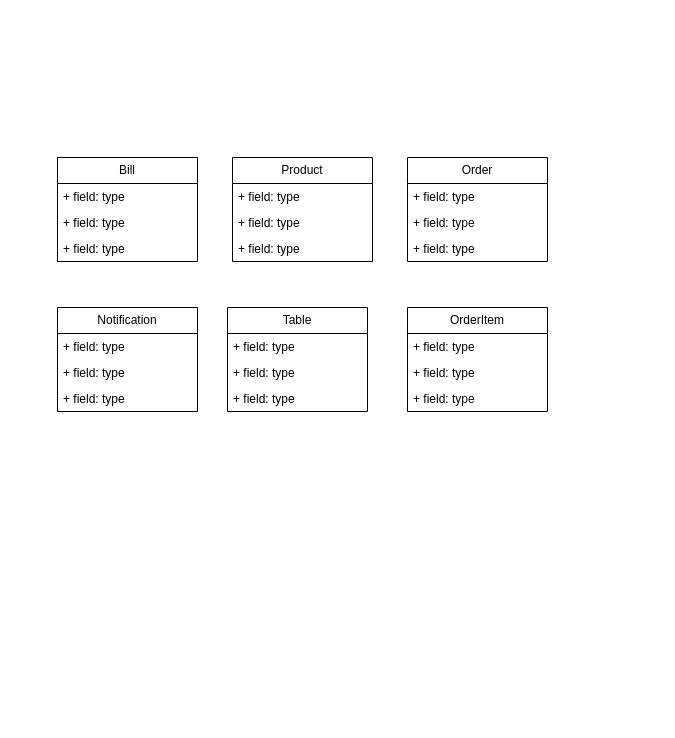
Earlier version of the draw.io diagram page "ModeloDominio" (1 of 2) of docs/modeloDominio.drawio (Void-CA/restaurant). Source tidied: cells renumbered, new cells numbered last; positions are measured from the earlier drawing's top-left corner, leaving out a move shared by most shapes. Both pictures are drawn from the tidied source at 100%, with x=0, y=0 at pixel (57, 157).
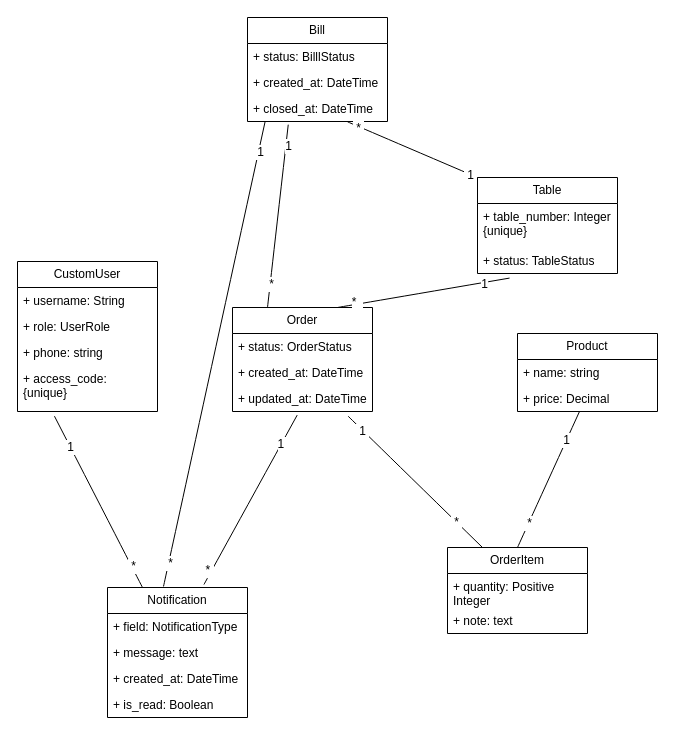
The same diagram, later.

Change to the diagram source:
```diff
@@
     <mxCell id="2" value="Table" style="swimlane;fontStyle=0;horizontal=1;startSize=26;fillColor=none;whiteSpace=wrap;html=1;" parent="1" vertex="1">
-      <mxGeometry x="170" y="150" width="140" height="104" as="geometry" />
+      <mxGeometry x="420" y="20" width="140" height="96" as="geometry" />
     </mxCell>
-    <mxCell id="3" value="+ field: type" style="text;strokeColor=none;fillColor=none;align=left;verticalAlign=top;spacingLeft=4;spacingRight=4;overflow=hidden;whiteSpace=wrap;html=1;" parent="2" vertex="1">
-      <mxGeometry y="26" width="140" height="26" as="geometry" />
+    <mxCell id="3" value="+ table_number: Integer {unique}" style="text;strokeColor=none;fillColor=none;align=left;verticalAlign=top;spacingLeft=4;spacingRight=4;overflow=hidden;whiteSpace=wrap;html=1;" parent="2" vertex="1">
+      <mxGeometry y="26" width="140" height="44" as="geometry" />
     </mxCell>
-    <mxCell id="4" value="+ field: type" style="text;strokeColor=none;fillColor=none;align=left;verticalAlign=top;spacingLeft=4;spacingRight=4;overflow=hidden;points=[[0,0.5],[1,0.5]];portConstraint=eastwest;whiteSpace=wrap;html=1;" parent="2" vertex="1">
-      <mxGeometry y="52" width="140" height="26" as="geometry" />
+    <mxCell id="4" value="+ status: TableStatus" style="text;strokeColor=none;fillColor=none;align=left;verticalAlign=top;spacingLeft=4;spacingRight=4;overflow=hidden;points=[[0,0.5],[1,0.5]];portConstraint=eastwest;whiteSpace=wrap;html=1;" parent="2" vertex="1">
+      <mxGeometry y="70" width="140" height="26" as="geometry" />
     </mxCell>
-    <mxCell id="5" value="+ field: type" style="text;strokeColor=none;fillColor=none;align=left;verticalAlign=top;spacingLeft=4;spacingRight=4;overflow=hidden;whiteSpace=wrap;html=1;" parent="2" vertex="1">
-      <mxGeometry y="78" width="140" height="26" as="geometry" />
-    </mxCell>
     <mxCell id="6" value="Product" style="swimlane;fontStyle=0;horizontal=1;startSize=26;fillColor=none;whiteSpace=wrap;html=1;" parent="1" vertex="1">
-      <mxGeometry x="175" width="140" height="104" as="geometry" />
+      <mxGeometry x="460" y="176" width="140" height="78" as="geometry" />
     </mxCell>
-    <mxCell id="7" value="+ field: type" style="text;strokeColor=none;fillColor=none;align=left;verticalAlign=top;spacingLeft=4;spacingRight=4;overflow=hidden;whiteSpace=wrap;html=1;" parent="6" vertex="1">
+    <mxCell id="7" value="+ name: string" style="text;strokeColor=none;fillColor=none;align=left;verticalAlign=top;spacingLeft=4;spacingRight=4;overflow=hidden;whiteSpace=wrap;html=1;" parent="6" vertex="1">
       <mxGeometry y="26" width="140" height="26" as="geometry" />
     </mxCell>
-    <mxCell id="8" value="+ field: type" style="text;strokeColor=none;fillColor=none;align=left;verticalAlign=top;spacingLeft=4;spacingRight=4;overflow=hidden;points=[[0,0.5],[1,0.5]];portConstraint=eastwest;whiteSpace=wrap;html=1;" parent="6" vertex="1">
+    <mxCell id="8" value="+ price: Decimal" style="text;strokeColor=none;fillColor=none;align=left;verticalAlign=top;spacingLeft=4;spacingRight=4;overflow=hidden;points=[[0,0.5],[1,0.5]];portConstraint=eastwest;whiteSpace=wrap;html=1;" parent="6" vertex="1">
       <mxGeometry y="52" width="140" height="26" as="geometry" />
     </mxCell>
-    <mxCell id="9" value="+ field: type" style="text;strokeColor=none;fillColor=none;align=left;verticalAlign=top;spacingLeft=4;spacingRight=4;overflow=hidden;whiteSpace=wrap;html=1;" parent="6" vertex="1">
-      <mxGeometry y="78" width="140" height="26" as="geometry" />
-    </mxCell>
     <mxCell id="10" value="Order" style="swimlane;fontStyle=0;horizontal=1;startSize=26;fillColor=none;whiteSpace=wrap;html=1;" parent="1" vertex="1">
-      <mxGeometry x="350" width="140" height="104" as="geometry" />
+      <mxGeometry x="175" y="150" width="140" height="104" as="geometry" />
     </mxCell>
-    <mxCell id="11" value="+ field: type" style="text;strokeColor=none;fillColor=none;align=left;verticalAlign=top;spacingLeft=4;spacingRight=4;overflow=hidden;whiteSpace=wrap;html=1;" parent="10" vertex="1">
+    <mxCell id="11" value="+ status: OrderStatus" style="text;strokeColor=none;fillColor=none;align=left;verticalAlign=top;spacingLeft=4;spacingRight=4;overflow=hidden;whiteSpace=wrap;html=1;" parent="10" vertex="1">
       <mxGeometry y="26" width="140" height="26" as="geometry" />
     </mxCell>
-    <mxCell id="12" value="+ field: type" style="text;strokeColor=none;fillColor=none;align=left;verticalAlign=top;spacingLeft=4;spacingRight=4;overflow=hidden;whiteSpace=wrap;html=1;" parent="10" vertex="1">
-      <mxGeometry y="52" width="140" height="26" as="geometry" />
-    </mxCell>
-    <mxCell id="13" value="+ field: type" style="text;strokeColor=none;fillColor=none;align=left;verticalAlign=top;spacingLeft=4;spacingRight=4;overflow=hidden;whiteSpace=wrap;html=1;" parent="10" vertex="1">
-      <mxGeometry y="78" width="140" height="26" as="geometry" />
-    </mxCell>
+    <mxCell id="26" value="+ created_at: DateTime" style="text;strokeColor=none;fillColor=none;align=left;verticalAlign=top;spacingLeft=4;spacingRight=4;overflow=hidden;whiteSpace=wrap;html=1;" parent="10" vertex="1">
+      <mxGeometry y="52" width="140" height="26" as="geometry" />
+    </mxCell>
+    <mxCell id="27" value="+ updated_at: DateTime" style="text;strokeColor=none;fillColor=none;align=left;verticalAlign=top;spacingLeft=4;spacingRight=4;overflow=hidden;points=[[0,0.5],[1,0.5]];portConstraint=eastwest;whiteSpace=wrap;html=1;" parent="10" vertex="1">
+      <mxGeometry y="78" width="140" height="26" as="geometry" />
+    </mxCell>
     <mxCell id="14" value="OrderItem" style="swimlane;fontStyle=0;horizontal=1;startSize=26;fillColor=none;whiteSpace=wrap;html=1;" parent="1" vertex="1">
-      <mxGeometry x="350" y="150" width="140" height="104" as="geometry" />
+      <mxGeometry x="390" y="390" width="140" height="86" as="geometry" />
     </mxCell>
-    <mxCell id="15" value="+ field: type" style="text;strokeColor=none;fillColor=none;align=left;verticalAlign=top;spacingLeft=4;spacingRight=4;overflow=hidden;whiteSpace=wrap;html=1;" parent="14" vertex="1">
-      <mxGeometry y="26" width="140" height="26" as="geometry" />
+    <mxCell id="15" value="+ quantity: Positive Integer" style="text;strokeColor=none;fillColor=none;align=left;verticalAlign=top;spacingLeft=4;spacingRight=4;overflow=hidden;whiteSpace=wrap;html=1;" parent="14" vertex="1">
+      <mxGeometry y="26" width="140" height="34" as="geometry" />
     </mxCell>
-    <mxCell id="16" value="+ field: type" style="text;strokeColor=none;fillColor=none;align=left;verticalAlign=top;spacingLeft=4;spacingRight=4;overflow=hidden;whiteSpace=wrap;html=1;" parent="14" vertex="1">
-      <mxGeometry y="52" width="140" height="26" as="geometry" />
+    <mxCell id="16" value="+ note: text" style="text;strokeColor=none;fillColor=none;align=left;verticalAlign=top;spacingLeft=4;spacingRight=4;overflow=hidden;whiteSpace=wrap;html=1;" parent="14" vertex="1">
+      <mxGeometry y="60" width="140" height="26" as="geometry" />
     </mxCell>
-    <mxCell id="17" value="+ field: type" style="text;strokeColor=none;fillColor=none;align=left;verticalAlign=top;spacingLeft=4;spacingRight=4;overflow=hidden;whiteSpace=wrap;html=1;" parent="14" vertex="1">
-      <mxGeometry y="78" width="140" height="26" as="geometry" />
-    </mxCell>
     <mxCell id="18" value="Bill" style="swimlane;fontStyle=0;horizontal=1;startSize=26;fillColor=none;whiteSpace=wrap;html=1;" parent="1" vertex="1">
-      <mxGeometry width="140" height="104" as="geometry" />
+      <mxGeometry x="190" y="-140" width="140" height="104" as="geometry" />
     </mxCell>
-    <mxCell id="19" value="+ field: type" style="text;strokeColor=none;fillColor=none;align=left;verticalAlign=top;spacingLeft=4;spacingRight=4;overflow=hidden;whiteSpace=wrap;html=1;" parent="18" vertex="1">
+    <mxCell id="19" value="+ status: BilllStatus" style="text;strokeColor=none;fillColor=none;align=left;verticalAlign=top;spacingLeft=4;spacingRight=4;overflow=hidden;whiteSpace=wrap;html=1;" parent="18" vertex="1">
       <mxGeometry y="26" width="140" height="26" as="geometry" />
     </mxCell>
-    <mxCell id="20" value="+ field: type" style="text;strokeColor=none;fillColor=none;align=left;verticalAlign=top;spacingLeft=4;spacingRight=4;overflow=hidden;whiteSpace=wrap;html=1;" parent="18" vertex="1">
+    <mxCell id="20" value="+ created_at: DateTime" style="text;strokeColor=none;fillColor=none;align=left;verticalAlign=top;spacingLeft=4;spacingRight=4;overflow=hidden;whiteSpace=wrap;html=1;" parent="18" vertex="1">
       <mxGeometry y="52" width="140" height="26" as="geometry" />
     </mxCell>
-    <mxCell id="21" value="+ field: type" style="text;strokeColor=none;fillColor=none;align=left;verticalAlign=top;spacingLeft=4;spacingRight=4;overflow=hidden;points=[[0,0.5],[1,0.5]];portConstraint=eastwest;whiteSpace=wrap;html=1;" parent="18" vertex="1">
+    <mxCell id="21" value="+ closed_at: DateTime" style="text;strokeColor=none;fillColor=none;align=left;verticalAlign=top;spacingLeft=4;spacingRight=4;overflow=hidden;points=[[0,0.5],[1,0.5]];portConstraint=eastwest;whiteSpace=wrap;html=1;" parent="18" vertex="1">
       <mxGeometry y="78" width="140" height="26" as="geometry" />
     </mxCell>
     <mxCell id="22" value="Notification" style="swimlane;fontStyle=0;horizontal=1;startSize=26;fillColor=none;whiteSpace=wrap;html=1;" parent="1" vertex="1">
-      <mxGeometry y="150" width="140" height="104" as="geometry" />
+      <mxGeometry x="50" y="430" width="140" height="130" as="geometry" />
     </mxCell>
-    <mxCell id="23" value="+ field: type" style="text;strokeColor=none;fillColor=none;align=left;verticalAlign=top;spacingLeft=4;spacingRight=4;overflow=hidden;whiteSpace=wrap;html=1;" parent="22" vertex="1">
+    <mxCell id="23" value="+ field: NotificationType" style="text;strokeColor=none;fillColor=none;align=left;verticalAlign=top;spacingLeft=4;spacingRight=4;overflow=hidden;whiteSpace=wrap;html=1;" parent="22" vertex="1">
       <mxGeometry y="26" width="140" height="26" as="geometry" />
     </mxCell>
-    <mxCell id="24" value="+ field: type" style="text;strokeColor=none;fillColor=none;align=left;verticalAlign=top;spacingLeft=4;spacingRight=4;overflow=hidden;whiteSpace=wrap;html=1;" parent="22" vertex="1">
+    <mxCell id="24" value="+ message: text" style="text;strokeColor=none;fillColor=none;align=left;verticalAlign=top;spacingLeft=4;spacingRight=4;overflow=hidden;whiteSpace=wrap;html=1;" parent="22" vertex="1">
       <mxGeometry y="52" width="140" height="26" as="geometry" />
     </mxCell>
-    <mxCell id="25" value="+ field: type" style="text;strokeColor=none;fillColor=none;align=left;verticalAlign=top;spacingLeft=4;spacingRight=4;overflow=hidden;whiteSpace=wrap;html=1;" parent="22" vertex="1">
+    <mxCell id="25" value="+ created_at: DateTime" style="text;strokeColor=none;fillColor=none;align=left;verticalAlign=top;spacingLeft=4;spacingRight=4;overflow=hidden;whiteSpace=wrap;html=1;" parent="22" vertex="1">
       <mxGeometry y="78" width="140" height="26" as="geometry" />
     </mxCell>
+    <mxCell id="28" value="+ is_read: Boolean" style="text;strokeColor=none;fillColor=none;align=left;verticalAlign=top;spacingLeft=4;spacingRight=4;overflow=hidden;whiteSpace=wrap;html=1;" parent="22" vertex="1">
+      <mxGeometry y="104" width="140" height="26" as="geometry" />
+    </mxCell>
+    <mxCell id="29" value="CustomUser" style="swimlane;fontStyle=0;horizontal=1;startSize=26;fillColor=none;whiteSpace=wrap;html=1;" parent="1" vertex="1">
+      <mxGeometry x="-40" y="104" width="140" height="150" as="geometry" />
+    </mxCell>
+    <mxCell id="30" value="+ username: String" style="text;strokeColor=none;fillColor=none;align=left;verticalAlign=top;spacingLeft=4;spacingRight=4;overflow=hidden;whiteSpace=wrap;html=1;" parent="29" vertex="1">
+      <mxGeometry y="26" width="140" height="26" as="geometry" />
+    </mxCell>
+    <mxCell id="31" value="+ role: UserRole" style="text;strokeColor=none;fillColor=none;align=left;verticalAlign=top;spacingLeft=4;spacingRight=4;overflow=hidden;whiteSpace=wrap;html=1;" parent="29" vertex="1">
+      <mxGeometry y="52" width="140" height="26" as="geometry" />
+    </mxCell>
+    <mxCell id="32" value="+ phone: string" style="text;strokeColor=none;fillColor=none;align=left;verticalAlign=top;spacingLeft=4;spacingRight=4;overflow=hidden;whiteSpace=wrap;html=1;" parent="29" vertex="1">
+      <mxGeometry y="78" width="140" height="26" as="geometry" />
+    </mxCell>
+    <mxCell id="33" value="+ access_code: {unique}" style="text;strokeColor=none;fillColor=none;align=left;verticalAlign=top;spacingLeft=4;spacingRight=4;overflow=hidden;points=[[0,0.5],[1,0.5]];portConstraint=eastwest;whiteSpace=wrap;html=1;" parent="29" vertex="1">
+      <mxGeometry y="104" width="140" height="46" as="geometry" />
+    </mxCell>
+    <mxCell id="34" style="endArrow=none;html=1;rounded=0;fontSize=12;startSize=8;endSize=8;curved=1;exitX=0.25;exitY=0;exitDx=0;exitDy=0;entryX=0.291;entryY=1.122;entryDx=0;entryDy=0;entryPerimeter=0;" parent="1" edge="1" source="10" target="21">
+      <mxGeometry relative="1" as="geometry" />
+    </mxCell>
+    <mxCell id="35" value="1" style="edgeLabel;html=1;align=center;verticalAlign=middle;fontSize=12;" parent="34" vertex="1">
+      <mxGeometry x="0.77" y="-2" relative="1" as="geometry" />
+    </mxCell>
+    <mxCell id="36" value="&amp;nbsp;*&amp;nbsp;" style="edgeLabel;html=1;align=center;verticalAlign=middle;fontSize=12;" parent="34" vertex="1">
+      <mxGeometry x="-0.74" y="-1" relative="1" as="geometry" />
+    </mxCell>
+    <mxCell id="37" style="endArrow=none;html=1;rounded=0;fontSize=12;startSize=8;endSize=8;curved=1;exitX=0.75;exitY=0;exitDx=0;exitDy=0;entryX=0.229;entryY=1.176;entryDx=0;entryDy=0;entryPerimeter=0;" parent="1" edge="1" source="10" target="4">
+      <mxGeometry relative="1" as="geometry" />
+    </mxCell>
+    <mxCell id="38" value="1" style="edgeLabel;html=1;align=center;verticalAlign=middle;fontSize=12;" parent="37" vertex="1">
+      <mxGeometry x="0.7" y="-1" relative="1" as="geometry" />
+    </mxCell>
+    <mxCell id="39" value="*&amp;nbsp;&amp;nbsp;" style="edgeLabel;html=1;align=center;verticalAlign=middle;fontSize=12;" parent="37" vertex="1">
+      <mxGeometry x="-0.77" y="2" relative="1" as="geometry" />
+    </mxCell>
+    <mxCell id="40" style="endArrow=none;html=1;rounded=0;fontSize=12;startSize=8;endSize=8;curved=1;exitX=0.715;exitY=1.014;exitDx=0;exitDy=0;entryX=0;entryY=0;entryDx=0;entryDy=0;exitPerimeter=0;" parent="1" edge="1" source="21" target="2">
+      <mxGeometry relative="1" as="geometry" />
+    </mxCell>
+    <mxCell id="41" value="&amp;nbsp;*&amp;nbsp;" style="edgeLabel;html=1;align=center;verticalAlign=middle;fontSize=12;" parent="40" vertex="1">
+      <mxGeometry x="-0.82" y="-1" relative="1" as="geometry">
+        <mxPoint x="-1" as="offset" />
+      </mxGeometry>
+    </mxCell>
+    <mxCell id="42" value="&amp;nbsp;1&amp;nbsp;" style="edgeLabel;html=1;align=center;verticalAlign=middle;fontSize=12;" parent="40" vertex="1">
+      <mxGeometry x="0.9" relative="1" as="geometry">
+        <mxPoint x="-1" as="offset" />
+      </mxGeometry>
+    </mxCell>
+    <mxCell id="43" style="endArrow=none;html=1;rounded=0;fontSize=12;startSize=8;endSize=8;curved=1;exitX=0.825;exitY=1.176;exitDx=0;exitDy=0;exitPerimeter=0;entryX=0.25;entryY=0;entryDx=0;entryDy=0;" parent="1" edge="1" source="27" target="14">
+      <mxGeometry relative="1" as="geometry" />
+    </mxCell>
+    <mxCell id="44" value="&amp;nbsp;1&amp;nbsp;" style="edgeLabel;html=1;align=center;verticalAlign=middle;fontSize=12;" parent="43" vertex="1">
+      <mxGeometry x="-0.79" y="-1" relative="1" as="geometry" />
+    </mxCell>
+    <mxCell id="45" value="&amp;nbsp;*&amp;nbsp;" style="edgeLabel;html=1;align=center;verticalAlign=middle;fontSize=12;" parent="43" vertex="1">
+      <mxGeometry x="0.62" y="1" relative="1" as="geometry">
+        <mxPoint x="-1" as="offset" />
+      </mxGeometry>
+    </mxCell>
+    <mxCell id="46" style="endArrow=none;html=1;rounded=0;fontSize=12;startSize=8;endSize=8;curved=1;exitX=0.25;exitY=0;exitDx=0;exitDy=0;entryX=0.264;entryY=1.102;entryDx=0;entryDy=0;entryPerimeter=0;" parent="1" edge="1" source="22" target="33">
+      <mxGeometry relative="1" as="geometry" />
+    </mxCell>
+    <mxCell id="47" value="&amp;nbsp;*&amp;nbsp;" style="edgeLabel;html=1;align=center;verticalAlign=middle;fontSize=12;" parent="46" vertex="1">
+      <mxGeometry x="-0.76" y="-1" relative="1" as="geometry">
+        <mxPoint y="-1" as="offset" />
+      </mxGeometry>
+    </mxCell>
+    <mxCell id="48" value="&amp;nbsp;1&amp;nbsp;" style="edgeLabel;html=1;align=center;verticalAlign=middle;fontSize=12;" parent="46" vertex="1">
+      <mxGeometry x="0.64" relative="1" as="geometry" />
+    </mxCell>
+    <mxCell id="49" style="endArrow=none;html=1;rounded=0;fontSize=12;startSize=8;endSize=8;curved=1;exitX=0.689;exitY=-0.023;exitDx=0;exitDy=0;exitPerimeter=0;entryX=0.462;entryY=1.14;entryDx=0;entryDy=0;entryPerimeter=0;" parent="1" edge="1" source="22" target="27">
+      <mxGeometry relative="1" as="geometry" />
+    </mxCell>
+    <mxCell id="50" value="*&amp;nbsp;" style="edgeLabel;html=1;align=center;verticalAlign=middle;fontSize=12;" parent="49" vertex="1">
+      <mxGeometry x="-0.84" y="3" relative="1" as="geometry" />
+    </mxCell>
+    <mxCell id="51" value="1&amp;nbsp;" style="edgeLabel;html=1;align=center;verticalAlign=middle;fontSize=12;" parent="49" vertex="1">
+      <mxGeometry x="0.67" y="-1" relative="1" as="geometry" />
+    </mxCell>
+    <mxCell id="52" style="endArrow=none;html=1;rounded=0;fontSize=12;startSize=8;endSize=8;curved=1;exitX=0.4;exitY=-0.008;exitDx=0;exitDy=0;exitPerimeter=0;entryX=0.126;entryY=1;entryDx=0;entryDy=0;entryPerimeter=0;" parent="1" edge="1" source="22" target="21">
+      <mxGeometry relative="1" as="geometry" />
+    </mxCell>
+    <mxCell id="53" value="&amp;nbsp;*&amp;nbsp;" style="edgeLabel;html=1;align=center;verticalAlign=middle;fontSize=12;" parent="52" vertex="1">
+      <mxGeometry x="-0.9" y="-1" relative="1" as="geometry" />
+    </mxCell>
+    <mxCell id="54" value="&amp;nbsp;1&amp;nbsp;" style="edgeLabel;html=1;align=center;verticalAlign=middle;fontSize=12;" parent="52" vertex="1">
+      <mxGeometry x="0.87" y="-2" relative="1" as="geometry" />
+    </mxCell>
+    <mxCell id="55" style="endArrow=none;html=1;rounded=0;fontSize=12;startSize=8;endSize=8;curved=1;exitX=0.5;exitY=0;exitDx=0;exitDy=0;entryX=0.444;entryY=0.986;entryDx=0;entryDy=0;entryPerimeter=0;" parent="1" edge="1" source="14" target="8">
+      <mxGeometry relative="1" as="geometry" />
+    </mxCell>
+    <mxCell id="56" value="&amp;nbsp;*&amp;nbsp;" style="edgeLabel;html=1;align=center;verticalAlign=middle;fontSize=12;" parent="55" vertex="1">
+      <mxGeometry x="-0.64" relative="1" as="geometry" />
+    </mxCell>
+    <mxCell id="57" value="&amp;nbsp;1&amp;nbsp;" style="edgeLabel;html=1;align=center;verticalAlign=middle;fontSize=12;" parent="55" vertex="1">
+      <mxGeometry x="0.57" relative="1" as="geometry" />
+    </mxCell>
```
